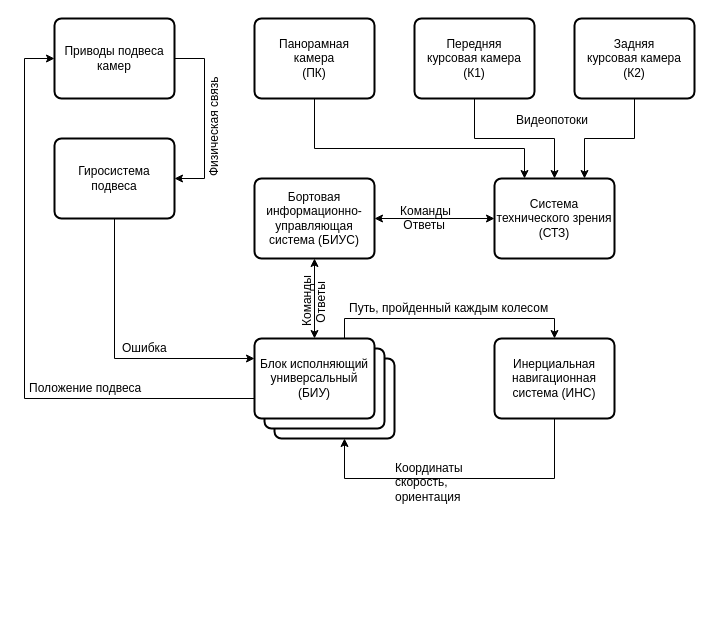
Earlier version of the draw.io diagram paper-img/Untitled Diagram.drawio (daniel-kurushin/trub-cv). Source tidied: cells renumbered, new cells numbered last; positions are measured from the earlier drawing's top-left corner, leaving out a move shared by most shapes. Both pictures are drawn from the tidied source at 100%, with x=0, y=0 at pixel (24, 18).
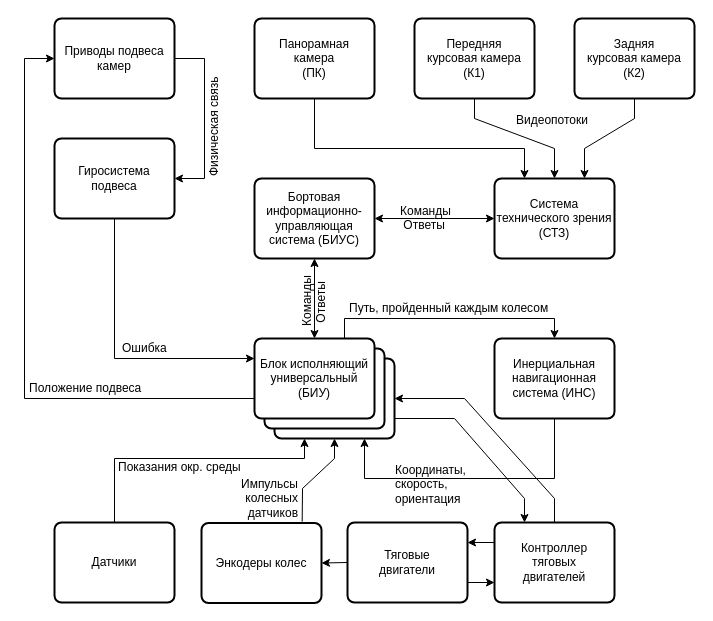
After the change.

The change refers to these unchanged cells:
```xml
<mxCell id="8" value="Система технического зрения (СТЗ)" style="rounded=1;whiteSpace=wrap;html=1;absoluteArcSize=1;arcSize=14;strokeWidth=2;" parent="1" vertex="1">
  <mxGeometry x="470" y="160" width="120" height="80" as="geometry" />
</mxCell>
<mxCell id="10" value="&lt;div&gt;Передняя&lt;br&gt;&lt;/div&gt;&lt;div&gt;курсовая камера&lt;/div&gt;&lt;div&gt;(К1)&lt;/div&gt;" style="rounded=1;whiteSpace=wrap;html=1;absoluteArcSize=1;arcSize=14;strokeWidth=2;" parent="1" vertex="1">
  <mxGeometry x="390" width="120" height="80" as="geometry" />
</mxCell>
<mxCell id="11" value="&lt;div&gt;Задняя&lt;/div&gt;&lt;div&gt;курсовая камера&lt;/div&gt;&lt;div&gt;(К2)&lt;/div&gt;" style="rounded=1;whiteSpace=wrap;html=1;absoluteArcSize=1;arcSize=14;strokeWidth=2;" parent="1" vertex="1">
  <mxGeometry x="550" width="120" height="80" as="geometry" />
</mxCell>
<mxCell id="14" style="rounded=1;whiteSpace=wrap;html=1;absoluteArcSize=1;arcSize=14;strokeWidth=2;" parent="13" vertex="1">
  <mxGeometry x="20" y="20" width="120" height="80" as="geometry" />
</mxCell>
<mxCell id="29" value="Инерциальная навигационная система (ИНС)" style="rounded=1;whiteSpace=wrap;html=1;absoluteArcSize=1;arcSize=14;strokeWidth=2;" parent="1" vertex="1">
  <mxGeometry x="470" y="320" width="120" height="80" as="geometry" />
</mxCell>
```

What changed in the source:
```diff
@@
-    <mxCell id="6" style="edgeStyle=orthogonalEdgeStyle;rounded=0;jettySize=auto;html=1;exitX=0.5;exitY=0;exitDx=0;exitDy=0;entryX=0.5;entryY=1;entryDx=0;entryDy=0;startArrow=classic;startFill=1;endArrow=none;endFill=0;" parent="1" edge="1" source="8" target="10">
+    <mxCell id="6" style="rounded=0;jettySize=auto;html=1;exitX=0.5;exitY=0;exitDx=0;exitDy=0;entryX=0.5;entryY=1;entryDx=0;entryDy=0;startArrow=classic;startFill=1;endArrow=none;endFill=0;" parent="1" edge="1" source="8" target="10">
       <mxGeometry relative="1" as="geometry">
         <Array as="points">
-          <mxPoint x="530" y="120" />
-          <mxPoint x="450" y="120" />
+          <mxPoint x="530" y="130" />
+          <mxPoint x="450" y="100" />
         </Array>
       </mxGeometry>
     </mxCell>
-    <mxCell id="7" style="edgeStyle=orthogonalEdgeStyle;rounded=0;jettySize=auto;html=1;exitX=0.75;exitY=0;exitDx=0;exitDy=0;entryX=0.5;entryY=1;entryDx=0;entryDy=0;startArrow=classic;startFill=1;endArrow=none;endFill=0;" parent="1" edge="1" source="8" target="11">
-      <mxGeometry relative="1" as="geometry" />
+    <mxCell id="7" style="rounded=0;jettySize=auto;html=1;exitX=0.75;exitY=0;exitDx=0;exitDy=0;entryX=0.5;entryY=1;entryDx=0;entryDy=0;startArrow=classic;startFill=1;endArrow=none;endFill=0;" parent="1" edge="1" source="8" target="11">
+      <mxGeometry relative="1" as="geometry">
+        <Array as="points">
+          <mxPoint x="560" y="130" />
+          <mxPoint x="610" y="100" />
+        </Array>
+      </mxGeometry>
     </mxCell>
@@
-    <mxCell id="28" style="edgeStyle=orthogonalEdgeStyle;rounded=0;jettySize=auto;html=1;exitX=0.5;exitY=1;exitDx=0;exitDy=0;startArrow=none;startFill=0;endArrow=classic;endFill=1;" parent="1" edge="1" source="29">
+    <mxCell id="28" style="edgeStyle=orthogonalEdgeStyle;rounded=0;jettySize=auto;html=1;exitX=0.5;exitY=1;exitDx=0;exitDy=0;startArrow=none;startFill=0;endArrow=classic;endFill=1;entryX=0.75;entryY=1;entryDx=0;entryDy=0;" parent="1" edge="1" source="29" target="14">
       <mxGeometry relative="1" as="geometry">
-        <mxPoint x="320" y="420" as="targetPoint" />
         <Array as="points">
           <mxPoint x="530" y="460" />
-          <mxPoint x="320" y="460" />
+          <mxPoint x="340" y="460" />
         </Array>
       </mxGeometry>
     </mxCell>
@@
-    <mxCell id="31" value="&lt;div&gt;Координаты&lt;/div&gt;&lt;div&gt;скорость,&lt;/div&gt;&lt;div&gt;ориентация&lt;br&gt;&lt;/div&gt;" style="text;html=1;align=left;verticalAlign=top;spacingTop=-4;" parent="1" vertex="1">
-      <mxGeometry x="369" y="440" width="90" height="40" as="geometry" />
+    <mxCell id="31" value="&lt;div&gt;Координаты,&lt;/div&gt;&lt;div&gt;скорость,&lt;/div&gt;&lt;div&gt;ориентация&lt;br&gt;&lt;/div&gt;" style="text;html=1;align=left;verticalAlign=top;spacingTop=-4;" parent="1" vertex="1">
+      <mxGeometry x="369" y="442" width="90" height="40" as="geometry" />
     </mxCell>
+    <mxCell id="32" style="rounded=0;jettySize=auto;html=1;exitX=0.839;exitY=-0.016;exitDx=0;exitDy=0;entryX=0.5;entryY=1;entryDx=0;entryDy=0;exitPerimeter=0;" parent="1" edge="1" source="33" target="14">
+      <mxGeometry relative="1" as="geometry">
+        <Array as="points">
+          <mxPoint x="278" y="470" />
+          <mxPoint x="310" y="440" />
+        </Array>
+      </mxGeometry>
+    </mxCell>
+    <mxCell id="33" value="Энкодеры колес" style="rounded=1;whiteSpace=wrap;html=1;absoluteArcSize=1;arcSize=14;strokeWidth=2;" parent="1" vertex="1">
+      <mxGeometry x="177" y="504.5" width="120" height="80" as="geometry" />
+    </mxCell>
+    <mxCell id="34" style="edgeStyle=orthogonalEdgeStyle;rounded=0;jettySize=auto;html=1;exitX=0.5;exitY=0;exitDx=0;exitDy=0;entryX=0.25;entryY=1;entryDx=0;entryDy=0;" parent="1" edge="1" source="35" target="14">
+      <mxGeometry relative="1" as="geometry">
+        <Array as="points">
+          <mxPoint x="90" y="440" />
+          <mxPoint x="280" y="440" />
+        </Array>
+      </mxGeometry>
+    </mxCell>
+    <mxCell id="35" value="Датчики" style="rounded=1;whiteSpace=wrap;html=1;absoluteArcSize=1;arcSize=14;strokeWidth=2;" parent="1" vertex="1">
+      <mxGeometry x="30" y="504" width="120" height="80" as="geometry" />
+    </mxCell>
+    <mxCell id="36" value="&lt;div align=&quot;right&quot;&gt;Импульсы&lt;/div&gt;&lt;div align=&quot;right&quot;&gt;колесных&lt;/div&gt;&lt;div align=&quot;right&quot;&gt;датчиков&lt;br&gt;&lt;/div&gt;" style="text;html=1;align=left;verticalAlign=top;spacingTop=-4;" parent="1" vertex="1">
+      <mxGeometry x="215" y="456" width="70" height="40" as="geometry" />
+    </mxCell>
+    <mxCell id="37" value="Показания окр. среды" style="text;html=1;align=left;verticalAlign=top;spacingTop=-4;" parent="1" vertex="1">
+      <mxGeometry x="92" y="439" width="140" height="20" as="geometry" />
+    </mxCell>
+    <mxCell id="38" style="edgeStyle=none;rounded=0;jettySize=auto;html=1;exitX=0;exitY=0.25;exitDx=0;exitDy=0;entryX=1;entryY=0.25;entryDx=0;entryDy=0;" parent="1" edge="1" source="40" target="44">
+      <mxGeometry relative="1" as="geometry" />
+    </mxCell>
+    <mxCell id="39" style="edgeStyle=none;rounded=0;jettySize=auto;html=1;exitX=0.5;exitY=0;exitDx=0;exitDy=0;entryX=1;entryY=0.5;entryDx=0;entryDy=0;" parent="1" edge="1" source="40" target="14">
+      <mxGeometry relative="1" as="geometry">
+        <Array as="points">
+          <mxPoint x="530" y="480" />
+          <mxPoint x="440" y="380" />
+        </Array>
+      </mxGeometry>
+    </mxCell>
+    <mxCell id="40" value="&lt;div&gt;Контроллер&lt;/div&gt;&lt;div&gt;тяговых&lt;/div&gt;&lt;div&gt;двигателей&lt;/div&gt;" style="rounded=1;whiteSpace=wrap;html=1;absoluteArcSize=1;arcSize=14;strokeWidth=2;" parent="1" vertex="1">
+      <mxGeometry x="470" y="504" width="120" height="80" as="geometry" />
+    </mxCell>
+    <mxCell id="41" style="rounded=0;jettySize=auto;html=1;exitX=1;exitY=0.75;exitDx=0;exitDy=0;entryX=0.25;entryY=0;entryDx=0;entryDy=0;" parent="1" edge="1" source="14" target="40">
+      <mxGeometry relative="1" as="geometry">
+        <Array as="points">
+          <mxPoint x="430" y="400" />
+          <mxPoint x="500" y="480" />
+        </Array>
+      </mxGeometry>
+    </mxCell>
+    <mxCell id="42" style="edgeStyle=none;rounded=0;jettySize=auto;html=1;exitX=0;exitY=0.5;exitDx=0;exitDy=0;entryX=1;entryY=0.5;entryDx=0;entryDy=0;" parent="1" edge="1" source="44" target="33">
+      <mxGeometry relative="1" as="geometry" />
+    </mxCell>
+    <mxCell id="43" style="edgeStyle=none;rounded=0;jettySize=auto;html=1;exitX=1;exitY=0.75;exitDx=0;exitDy=0;entryX=0;entryY=0.75;entryDx=0;entryDy=0;" parent="1" edge="1" source="44" target="40">
+      <mxGeometry relative="1" as="geometry" />
+    </mxCell>
+    <mxCell id="44" value="&lt;div&gt;Тяговые&lt;/div&gt;&lt;div&gt;двигатели&lt;br&gt;&lt;/div&gt;" style="rounded=1;whiteSpace=wrap;html=1;absoluteArcSize=1;arcSize=14;strokeWidth=2;" parent="1" vertex="1">
+      <mxGeometry x="323" y="504" width="120" height="80" as="geometry" />
+    </mxCell>
```
